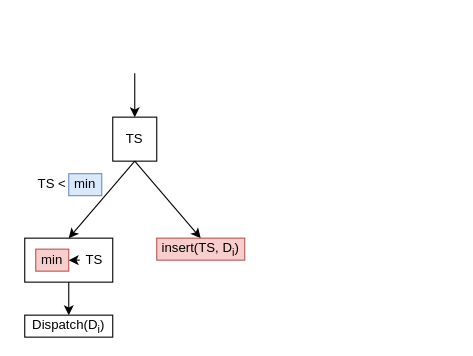
This is figs/arrival_handler.drawio from perlindgren/inplace-sort, a draw.io file, before an edit. Source tidied: cells renumbered, new cells numbered last; positions are measured from the earlier drawing's top-left corner, leaving out a move shared by most shapes. Both pictures are drawn from the tidied source at 110%, with x=0, y=0 at pixel (19, 73).
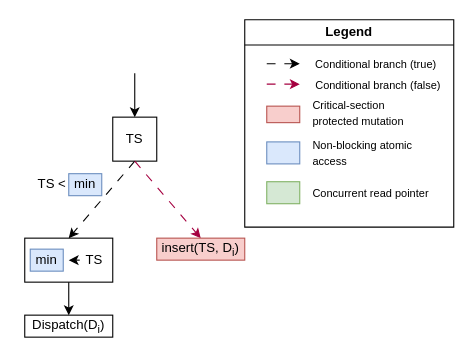
The same page after the edit.

The change refers to these unchanged cells:
```xml
<mxCell id="5" value="TS" style="rounded=0;whiteSpace=wrap;html=1;" parent="1" vertex="1">
  <mxGeometry x="85" y="40" width="40" height="40" as="geometry" />
</mxCell>
<mxCell id="8" style="rounded=0;whiteSpace=wrap;html=1;" parent="1" vertex="1">
  <mxGeometry x="5" y="150" width="80" height="40" as="geometry" />
</mxCell>
<mxCell id="12" value="TS&amp;nbsp;" style="text;html=1;whiteSpace=wrap;strokeColor=none;fillColor=none;align=center;verticalAlign=middle;rounded=0;" parent="1" vertex="1">
  <mxGeometry x="55" y="160" width="30" height="20" as="geometry" />
</mxCell>
```

What changed in the source:
```diff
@@
-    <mxCell id="9" style="endArrow=classic;html=1;rounded=0;exitX=0.5;exitY=1;exitDx=0;exitDy=0;entryX=0.5;entryY=0;entryDx=0;entryDy=0;" parent="1" edge="1" source="5" target="8">
+    <mxCell id="9" style="endArrow=classic;html=1;rounded=0;exitX=0.5;exitY=1;exitDx=0;exitDy=0;entryX=0.5;entryY=0;entryDx=0;entryDy=0;dashed=1;dashPattern=8 8;" parent="1" edge="1" source="5" target="8">
       <mxGeometry relative="1" as="geometry" />
     </mxCell>
-    <mxCell id="10" style="endArrow=classic;html=1;rounded=0;" parent="1" edge="1">
+    <mxCell id="10" style="endArrow=classic;html=1;rounded=0;dashed=1;dashPattern=8 8;fillColor=#d80073;strokeColor=#A50040;" parent="1" edge="1">
       <mxGeometry relative="1" as="geometry">
         <mxPoint x="105" y="80" as="sourcePoint" />
         <mxPoint x="165" y="150" as="targetPoint" />
       </mxGeometry>
     </mxCell>
-    <mxCell id="11" value="min" style="rounded=0;whiteSpace=wrap;html=1;fillColor=#f8cecc;strokeColor=#b85450;" parent="1" vertex="1">
-      <mxGeometry x="15" y="160" width="30" height="20" as="geometry" />
-    </mxCell>
@@
-    <mxCell id="13" style="endArrow=classic;html=1;rounded=0;entryX=1;entryY=0.5;entryDx=0;entryDy=0;exitX=0;exitY=0.5;exitDx=0;exitDy=0;" parent="1" edge="1" source="12" target="11">
-      <mxGeometry relative="1" as="geometry" />
+    <mxCell id="13" style="endArrow=classic;html=1;rounded=0;entryX=1;entryY=0.5;entryDx=0;entryDy=0;exitX=0;exitY=0.5;exitDx=0;exitDy=0;" parent="1" edge="1" source="12">
+      <mxGeometry relative="1" as="geometry">
+        <mxPoint x="45" y="170" as="targetPoint" />
+      </mxGeometry>
     </mxCell>
@@
+    <mxCell id="17" value="Legend" style="swimlane;whiteSpace=wrap;html=1;" parent="1" vertex="1">
+      <mxGeometry x="205" y="-48.6" width="190" height="188.6" as="geometry" />
+    </mxCell>
+    <mxCell id="18" style="endArrow=classic;html=1;rounded=0;dashed=1;dashPattern=8 8;" parent="17" edge="1">
+      <mxGeometry relative="1" as="geometry">
+        <mxPoint x="20" y="40" as="sourcePoint" />
+        <mxPoint x="50" y="40" as="targetPoint" />
+      </mxGeometry>
+    </mxCell>
+    <mxCell id="19" value="&lt;font style=&quot;font-size: 10px;&quot;&gt;Conditional branch (true)&lt;/font&gt;" style="edgeLabel;html=1;align=center;verticalAlign=middle;" parent="18" vertex="1">
+      <mxGeometry x="0.61" relative="1" as="geometry">
+        <mxPoint x="74" as="offset" />
+      </mxGeometry>
+    </mxCell>
+    <mxCell id="20" style="rounded=0;whiteSpace=wrap;html=1;fillColor=#f8cecc;strokeColor=#b85450;" parent="17" vertex="1">
+      <mxGeometry x="20" y="78.6" width="30" height="15" as="geometry" />
+    </mxCell>
+    <mxCell id="21" value="&lt;font style=&quot;font-size: 10px;&quot;&gt;Critical-section protected mutation&lt;/font&gt;" style="text;html=1;whiteSpace=wrap;strokeColor=none;fillColor=none;align=left;verticalAlign=middle;rounded=0;" parent="17" vertex="1">
+      <mxGeometry x="60" y="78.6" width="110" height="12.5" as="geometry" />
+    </mxCell>
+    <mxCell id="22" style="rounded=0;whiteSpace=wrap;html=1;fillColor=#dae8fc;strokeColor=#6c8ebf;" parent="17" vertex="1">
+      <mxGeometry x="20" y="111.1" width="30" height="20" as="geometry" />
+    </mxCell>
+    <mxCell id="23" value="&lt;font style=&quot;font-size: 10px;&quot;&gt;Non-blocking atomic access&lt;/font&gt;" style="text;html=1;whiteSpace=wrap;strokeColor=none;fillColor=none;align=left;verticalAlign=middle;rounded=0;" parent="17" vertex="1">
+      <mxGeometry x="60" y="114.8" width="110" height="12.5" as="geometry" />
+    </mxCell>
+    <mxCell id="24" style="rounded=0;whiteSpace=wrap;html=1;fillColor=#d5e8d4;strokeColor=#82b366;" parent="17" vertex="1">
+      <mxGeometry x="20" y="147.3" width="30" height="20" as="geometry" />
+    </mxCell>
+    <mxCell id="25" value="&lt;font style=&quot;font-size: 10px;&quot;&gt;Concurrent read pointer&lt;/font&gt;" style="text;html=1;whiteSpace=wrap;strokeColor=none;fillColor=none;align=left;verticalAlign=middle;rounded=0;" parent="17" vertex="1">
+      <mxGeometry x="60" y="151.1" width="110" height="12.5" as="geometry" />
+    </mxCell>
+    <mxCell id="26" style="endArrow=classic;html=1;rounded=0;dashed=1;dashPattern=8 8;fillColor=#d80073;strokeColor=#A50040;" parent="17" edge="1">
+      <mxGeometry relative="1" as="geometry">
+        <mxPoint x="20" y="58.6" as="sourcePoint" />
+        <mxPoint x="50" y="58.6" as="targetPoint" />
+      </mxGeometry>
+    </mxCell>
+    <mxCell id="27" value="&lt;font style=&quot;font-size: 10px;&quot;&gt;Conditional branch (false)&lt;/font&gt;" style="edgeLabel;html=1;align=center;verticalAlign=middle;" parent="26" vertex="1">
+      <mxGeometry x="0.61" relative="1" as="geometry">
+        <mxPoint x="76" as="offset" />
+      </mxGeometry>
+    </mxCell>
+    <mxCell id="11" value="min" style="rounded=0;whiteSpace=wrap;html=1;fillColor=#dae8fc;strokeColor=#6c8ebf;" parent="1" vertex="1">
+      <mxGeometry x="10" y="160" width="30" height="20" as="geometry" />
+    </mxCell>
```
